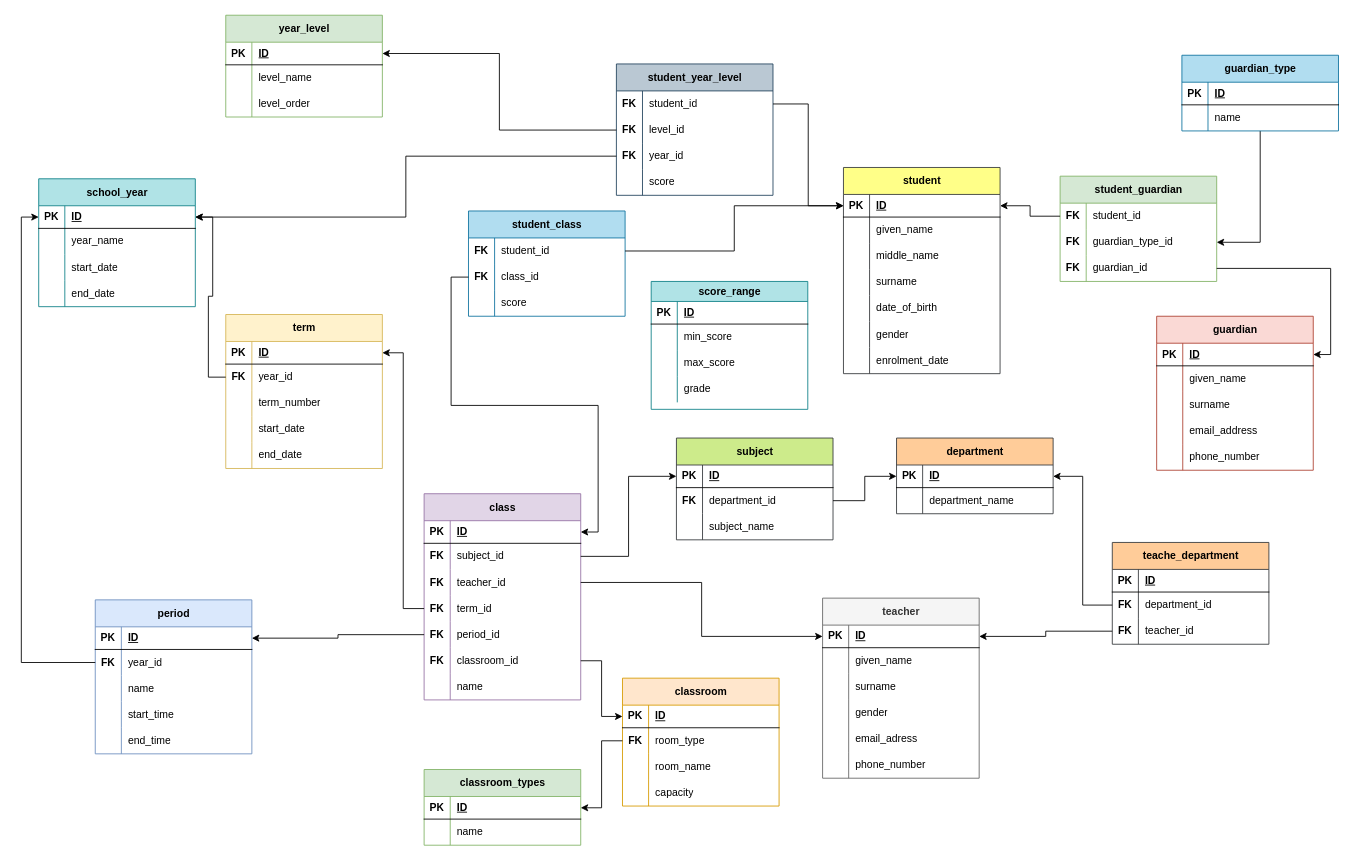
ManuelCarreiras/moz_sch keeps this draw.io diagram as page "Modelo de Dados Gestão Escolar" (3 of 4) of moz_school.drawio. Above is the earlier version. Source tidied: cells renumbered, new cells numbered last; positions are measured from the earlier drawing's top-left corner, leaving out a move shared by most shapes. Both pictures are drawn from the tidied source at 87%, with x=0, y=0 at pixel (38, 15).
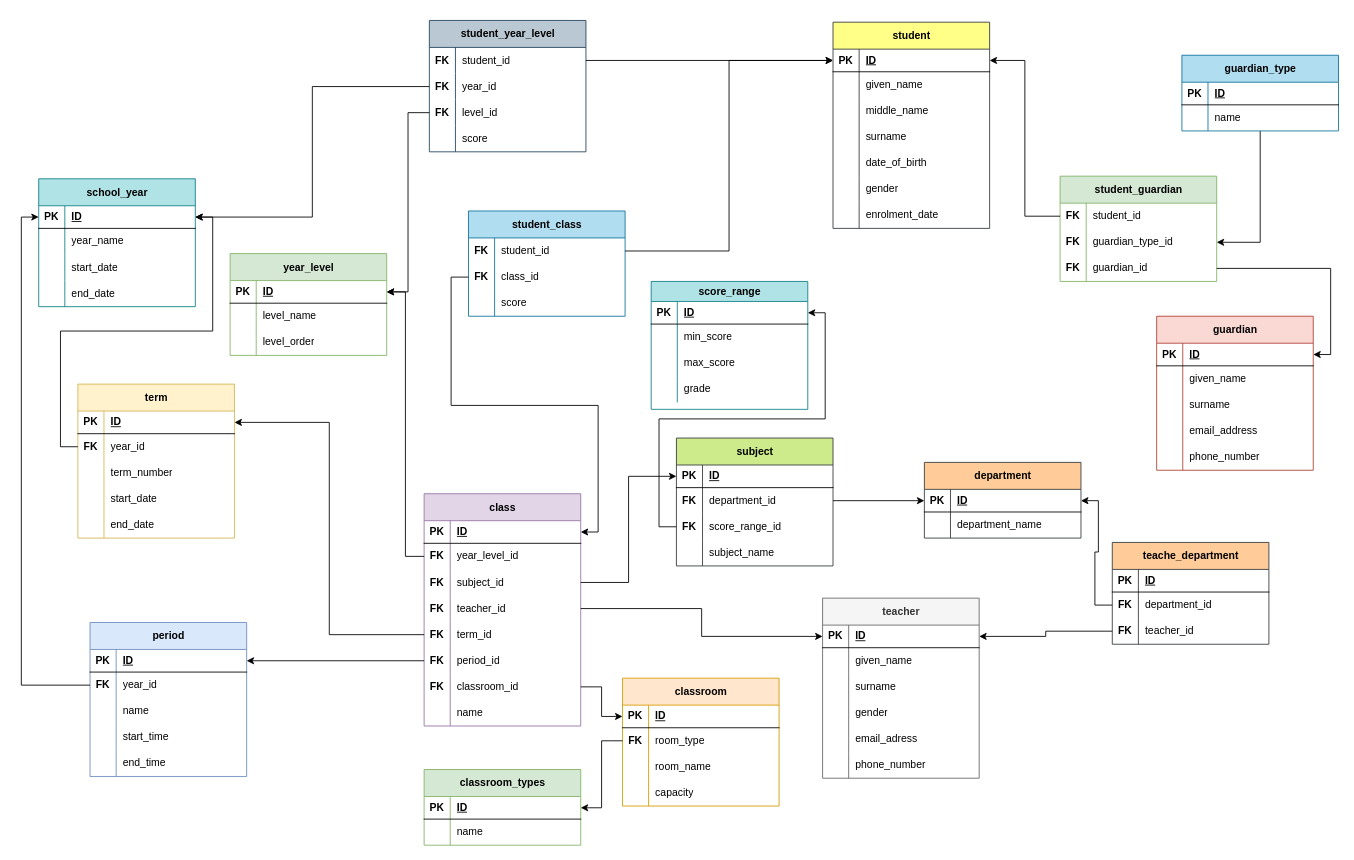
Above is the later version.

The change refers to these unchanged cells:
```xml
<mxCell id="101" style="shape=tableRow;horizontal=0;startSize=0;swimlaneHead=0;swimlaneBody=0;fillColor=none;points=[[0,0.5],[1,0.5]];portConstraint=eastwest;top=0;left=0;right=0;bottom=1;" parent="100" vertex="1">
  <mxGeometry y="31" width="180" height="26" as="geometry" />
</mxCell>
<mxCell id="116" style="shape=tableRow;horizontal=0;startSize=0;swimlaneHead=0;swimlaneBody=0;fillColor=none;points=[[0,0.5],[1,0.5]];portConstraint=eastwest;top=0;left=0;right=0;bottom=1;" parent="115" vertex="1">
  <mxGeometry y="31" width="180" height="26" as="geometry" />
</mxCell>
<mxCell id="129" style="shape=tableRow;horizontal=0;startSize=0;swimlaneHead=0;swimlaneBody=0;fillColor=none;points=[[0,0.5],[1,0.5]];portConstraint=eastwest;top=0;left=0;right=0;bottom=0;" parent="125" vertex="1">
  <mxGeometry y="61" width="180" height="30" as="geometry" />
</mxCell>
<mxCell id="132" style="shape=tableRow;horizontal=0;startSize=0;swimlaneHead=0;swimlaneBody=0;fillColor=none;points=[[0,0.5],[1,0.5]];portConstraint=eastwest;top=0;left=0;right=0;bottom=0;" parent="125" vertex="1">
  <mxGeometry y="91" width="180" height="30" as="geometry" />
</mxCell>
<mxCell id="231" style="shape=tableRow;horizontal=0;startSize=0;swimlaneHead=0;swimlaneBody=0;fillColor=none;points=[[0,0.5],[1,0.5]];portConstraint=eastwest;top=0;left=0;right=0;bottom=1;" parent="230" vertex="1">
  <mxGeometry y="23" width="180" height="26" as="geometry" />
</mxCell>
```

Diff of the diagram source:
```diff
@@
     <mxCell id="2" value="class" style="shape=table;startSize=31;childLayout=tableLayout;rowLines=0;fontStyle=1;align=center;html=1;fillColor=#e1d5e7;strokeColor=#9673a6;" parent="1" vertex="1">
-      <mxGeometry x="443" y="550" width="180" height="237" as="geometry" />
+      <mxGeometry x="443" y="550" width="180" height="267" as="geometry" />
     </mxCell>
@@
+    <mxCell id="256" style="shape=tableRow;horizontal=0;startSize=0;swimlaneHead=0;swimlaneBody=0;fillColor=none;points=[[0,0.5],[1,0.5]];portConstraint=eastwest;top=0;left=0;right=0;bottom=0;" parent="2" vertex="1">
+      <mxGeometry y="57" width="180" height="30" as="geometry" />
+    </mxCell>
+    <mxCell id="257" value="&lt;b&gt;FK&lt;/b&gt;" style="shape=partialRectangle;fillColor=none;top=0;left=0;bottom=0;right=0;overflow=hidden;whiteSpace=wrap;html=1;" parent="256" vertex="1">
+      <mxGeometry width="30" height="30" as="geometry" />
+    </mxCell>
+    <mxCell id="258" value="year_level_id" style="shape=partialRectangle;fillColor=none;top=0;left=0;bottom=0;right=0;align=left;spacingLeft=6;overflow=hidden;whiteSpace=wrap;html=1;" parent="256" vertex="1">
+      <mxGeometry x="30" width="150" height="30" as="geometry" />
+    </mxCell>
     <mxCell id="6" style="shape=tableRow;horizontal=0;startSize=0;swimlaneHead=0;swimlaneBody=0;fillColor=none;points=[[0,0.5],[1,0.5]];portConstraint=eastwest;top=0;left=0;right=0;bottom=0;" parent="2" vertex="1">
-      <mxGeometry y="57" width="180" height="30" as="geometry" />
+      <mxGeometry y="87" width="180" height="30" as="geometry" />
     </mxCell>
@@
     <mxCell id="9" style="shape=tableRow;horizontal=0;startSize=0;swimlaneHead=0;swimlaneBody=0;fillColor=none;points=[[0,0.5],[1,0.5]];portConstraint=eastwest;top=0;left=0;right=0;bottom=0;" parent="2" vertex="1">
-      <mxGeometry y="87" width="180" height="30" as="geometry" />
+      <mxGeometry y="117" width="180" height="30" as="geometry" />
     </mxCell>
@@
     <mxCell id="12" style="shape=tableRow;horizontal=0;startSize=0;swimlaneHead=0;swimlaneBody=0;fillColor=none;points=[[0,0.5],[1,0.5]];portConstraint=eastwest;top=0;left=0;right=0;bottom=0;" parent="2" vertex="1">
-      <mxGeometry y="117" width="180" height="30" as="geometry" />
+      <mxGeometry y="147" width="180" height="30" as="geometry" />
     </mxCell>
@@
     <mxCell id="15" style="shape=tableRow;horizontal=0;startSize=0;swimlaneHead=0;swimlaneBody=0;fillColor=none;points=[[0,0.5],[1,0.5]];portConstraint=eastwest;top=0;left=0;right=0;bottom=0;" parent="2" vertex="1">
-      <mxGeometry y="147" width="180" height="30" as="geometry" />
+      <mxGeometry y="177" width="180" height="30" as="geometry" />
     </mxCell>
@@
     <mxCell id="18" style="shape=tableRow;horizontal=0;startSize=0;swimlaneHead=0;swimlaneBody=0;fillColor=none;points=[[0,0.5],[1,0.5]];portConstraint=eastwest;top=0;left=0;right=0;bottom=0;" parent="2" vertex="1">
-      <mxGeometry y="177" width="180" height="30" as="geometry" />
+      <mxGeometry y="207" width="180" height="30" as="geometry" />
     </mxCell>
@@
     <mxCell id="21" style="shape=tableRow;horizontal=0;startSize=0;swimlaneHead=0;swimlaneBody=0;fillColor=none;top=0;left=0;right=0;bottom=0;" parent="2" vertex="1">
-      <mxGeometry y="207" width="180" height="30" as="geometry" />
+      <mxGeometry y="237" width="180" height="30" as="geometry" />
     </mxCell>
@@
     <mxCell id="24" value="term" style="shape=table;startSize=31;childLayout=tableLayout;rowLines=0;fontStyle=1;align=center;html=1;fillColor=#fff2cc;strokeColor=#d6b656;" parent="1" vertex="1">
-      <mxGeometry x="215" y="344" width="180" height="177" as="geometry" />
+      <mxGeometry x="45" y="424" width="180" height="177" as="geometry" />
     </mxCell>
@@
     <mxCell id="63" value="period" style="shape=table;startSize=31;childLayout=tableLayout;rowLines=0;fontStyle=1;align=center;html=1;fillColor=#dae8fc;strokeColor=#6c8ebf;" parent="1" vertex="1">
-      <mxGeometry x="65" y="672" width="180" height="177" as="geometry" />
+      <mxGeometry x="59" y="698" width="180" height="177" as="geometry" />
     </mxCell>
@@
     <mxCell id="115" value="year_level" style="shape=table;startSize=31;childLayout=tableLayout;rowLines=0;fontStyle=1;align=center;html=1;fillColor=#d5e8d4;strokeColor=#82b366;" parent="1" vertex="1">
-      <mxGeometry x="215" width="180" height="117" as="geometry" />
+      <mxGeometry x="220" y="274" width="180" height="117" as="geometry" />
     </mxCell>
@@
     <mxCell id="125" value="student_year_level" style="shape=table;startSize=31;childLayout=tableLayout;rowLines=0;fontStyle=1;align=center;html=1;fillColor=#bac8d3;strokeColor=#23445d;" parent="1" vertex="1">
-      <mxGeometry x="664" y="56" width="180" height="151" as="geometry" />
+      <mxGeometry x="449" y="6" width="180" height="151" as="geometry" />
     </mxCell>
@@
-    <mxCell id="131" value="level_id" style="shape=partialRectangle;fillColor=none;top=0;left=0;bottom=0;right=0;align=left;spacingLeft=6;overflow=hidden;whiteSpace=wrap;html=1;" parent="129" vertex="1">
+    <mxCell id="131" value="year_id" style="shape=partialRectangle;fillColor=none;top=0;left=0;bottom=0;right=0;align=left;spacingLeft=6;overflow=hidden;whiteSpace=wrap;html=1;" parent="129" vertex="1">
       <mxGeometry x="30" width="150" height="30" as="geometry" />
     </mxCell>
@@
-    <mxCell id="134" value="year_id" style="shape=partialRectangle;fillColor=none;top=0;left=0;bottom=0;right=0;align=left;spacingLeft=6;overflow=hidden;whiteSpace=wrap;html=1;" parent="132" vertex="1">
+    <mxCell id="134" value="level_id" style="shape=partialRectangle;fillColor=none;top=0;left=0;bottom=0;right=0;align=left;spacingLeft=6;overflow=hidden;whiteSpace=wrap;html=1;" parent="132" vertex="1">
       <mxGeometry x="30" width="150" height="30" as="geometry" />
     </mxCell>
@@
-    <mxCell id="138" style="edgeStyle=orthogonalEdgeStyle;rounded=0;jettySize=auto;html=1;entryX=1;entryY=0.5;entryDx=0;entryDy=0;exitX=0;exitY=0.5;exitDx=0;exitDy=0;" parent="1" edge="1" source="129" target="116">
+    <mxCell id="138" style="edgeStyle=orthogonalEdgeStyle;rounded=0;jettySize=auto;html=1;entryX=1;entryY=0.5;entryDx=0;entryDy=0;exitX=0;exitY=0.5;exitDx=0;exitDy=0;" parent="1" edge="1" source="132" target="116">
       <mxGeometry relative="1" as="geometry" />
     </mxCell>
-    <mxCell id="139" style="edgeStyle=orthogonalEdgeStyle;rounded=0;jettySize=auto;html=1;exitX=0;exitY=0.5;exitDx=0;exitDy=0;" parent="1" edge="1" source="132" target="101">
-      <mxGeometry relative="1" as="geometry" />
-    </mxCell>
@@
     <mxCell id="151" value="student" style="shape=table;startSize=31;childLayout=tableLayout;rowLines=0;fontStyle=1;align=center;html=1;fillColor=#ffff88;strokeColor=#36393d;" parent="1" vertex="1">
-      <mxGeometry x="925" y="175" width="180" height="237" as="geometry" />
+      <mxGeometry x="913" y="8" width="180" height="237" as="geometry" />
     </mxCell>
@@
     <mxCell id="175" value="subject" style="shape=table;startSize=31;childLayout=tableLayout;rowLines=0;fontStyle=1;align=center;html=1;fillColor=#cdeb8b;strokeColor=#36393d;" parent="1" vertex="1">
-      <mxGeometry x="733" y="486" width="180" height="117" as="geometry" />
+      <mxGeometry x="733" y="486" width="180" height="147" as="geometry" />
     </mxCell>
@@
+    <mxCell id="259" style="shape=tableRow;horizontal=0;startSize=0;swimlaneHead=0;swimlaneBody=0;fillColor=none;points=[[0,0.5],[1,0.5]];portConstraint=eastwest;top=0;left=0;right=0;bottom=0;" parent="175" vertex="1">
+      <mxGeometry y="87" width="180" height="30" as="geometry" />
+    </mxCell>
+    <mxCell id="260" value="&lt;b&gt;FK&lt;/b&gt;" style="shape=partialRectangle;fillColor=none;top=0;left=0;bottom=0;right=0;overflow=hidden;whiteSpace=wrap;html=1;" parent="259" vertex="1">
+      <mxGeometry width="30" height="30" as="geometry" />
+    </mxCell>
+    <mxCell id="261" value="score_range_id" style="shape=partialRectangle;fillColor=none;top=0;left=0;bottom=0;right=0;align=left;spacingLeft=6;overflow=hidden;whiteSpace=wrap;html=1;" parent="259" vertex="1">
+      <mxGeometry x="30" width="150" height="30" as="geometry" />
+    </mxCell>
     <mxCell id="182" style="shape=tableRow;horizontal=0;startSize=0;swimlaneHead=0;swimlaneBody=0;fillColor=none;top=0;left=0;right=0;bottom=0;" parent="175" vertex="1">
-      <mxGeometry y="87" width="180" height="30" as="geometry" />
+      <mxGeometry y="117" width="180" height="30" as="geometry" />
     </mxCell>
@@
     <mxCell id="186" value="department" style="shape=table;startSize=31;childLayout=tableLayout;rowLines=0;fontStyle=1;align=center;html=1;fillColor=#ffcc99;strokeColor=#36393d;" parent="1" vertex="1">
-      <mxGeometry x="986" y="486" width="180" height="87" as="geometry" />
+      <mxGeometry x="1018" y="514" width="180" height="87" as="geometry" />
     </mxCell>
@@
+    <mxCell id="262" style="edgeStyle=orthogonalEdgeStyle;rounded=0;jettySize=auto;html=1;" parent="1" edge="1" source="129" target="101">
+      <mxGeometry relative="1" as="geometry" />
+    </mxCell>
+    <mxCell id="263" style="edgeStyle=orthogonalEdgeStyle;rounded=0;jettySize=auto;html=1;exitX=0;exitY=0.5;exitDx=0;exitDy=0;entryX=1;entryY=0.5;entryDx=0;entryDy=0;" parent="1" edge="1" source="256" target="116">
+      <mxGeometry relative="1" as="geometry" />
+    </mxCell>
+    <mxCell id="264" style="edgeStyle=orthogonalEdgeStyle;rounded=0;jettySize=auto;html=1;entryX=1;entryY=0.5;entryDx=0;entryDy=0;" parent="1" edge="1" source="259" target="231">
+      <mxGeometry relative="1" as="geometry" />
+    </mxCell>
```
